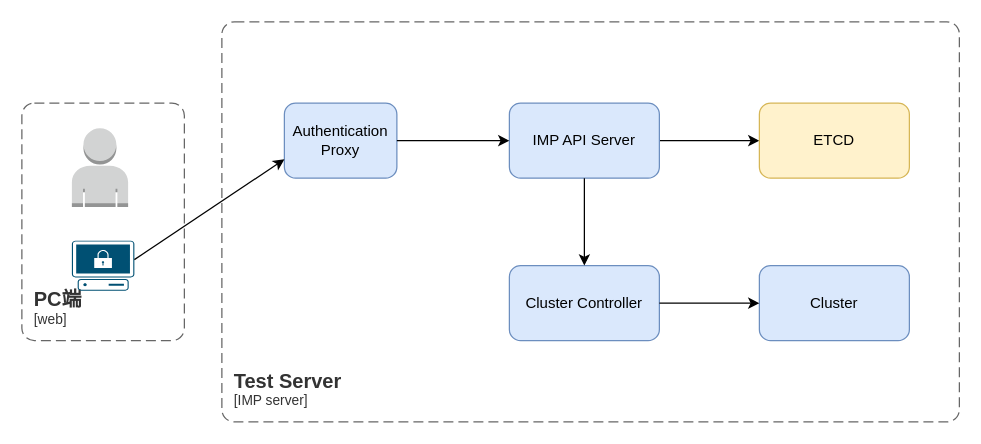
Earlier version of the draw.io diagram imp-test.drawio (pinylin/Draw). Source tidied: cells renumbered, new cells numbered last; positions are measured from the earlier drawing's top-left corner, leaving out a move shared by most shapes. Both pictures are drawn from the tidied source at 125%, with x=0, y=0 at pixel (21, 21).
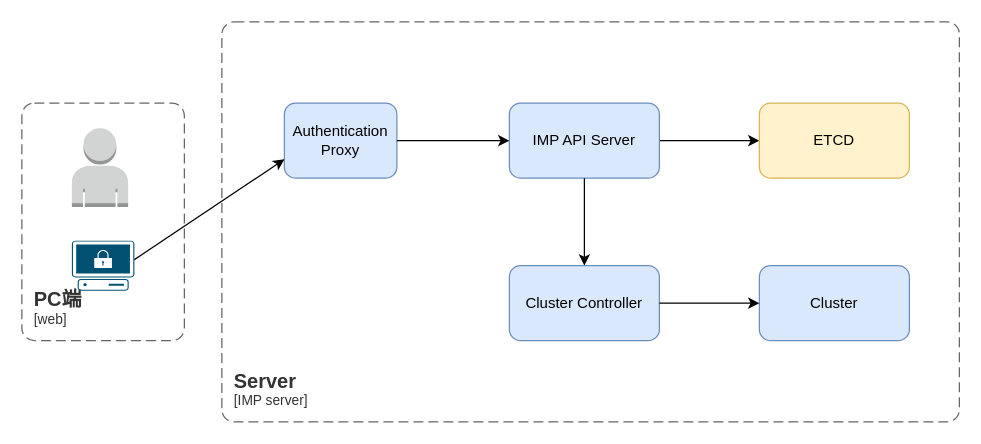
The same page after the edit.

What changed in the source:
```diff
@@
 <mxGraphModel>
   <root>
     <mxCell id="0" />
     <mxCell id="1" parent="0" />
     <object id="2" label="&lt;font style=&quot;font-size: 16px&quot;&gt;&lt;b&gt;&lt;div style=&quot;text-align: left&quot;&gt;%c4Name%&lt;/div&gt;&lt;/b&gt;&lt;/font&gt;&lt;div style=&quot;text-align: left&quot;&gt;[%c4Application%]&lt;/div&gt;" c4Application="web" c4Name="PC端" placeholders="1">
       <mxCell style="rounded=1;fontSize=11;whiteSpace=wrap;html=1;dashed=1;arcSize=20;fillColor=none;strokeColor=#666666;fontColor=#333333;labelBackgroundColor=none;align=left;verticalAlign=bottom;labelBorderColor=none;spacingTop=0;spacing=10;dashPattern=8 4;perimeter=rectanglePerimeter;noLabel=0;labelPadding=0;absoluteArcSize=1;" parent="1" vertex="1">
         <mxGeometry y="65" width="130" height="190" as="geometry" />
       </mxCell>
     </object>
-    <object id="3" label="&lt;font style=&quot;font-size: 16px&quot;&gt;&lt;b&gt;&lt;div style=&quot;text-align: left&quot;&gt;%c4Name%&lt;/div&gt;&lt;/b&gt;&lt;/font&gt;&lt;div style=&quot;text-align: left&quot;&gt;[%c4Application%]&lt;/div&gt;" c4Application="IMP server" c4Name="Test Server" placeholders="1">
+    <object id="3" label="&lt;font style=&quot;font-size: 16px&quot;&gt;&lt;b&gt;&lt;div style=&quot;text-align: left&quot;&gt;%c4Name%&lt;/div&gt;&lt;/b&gt;&lt;/font&gt;&lt;div style=&quot;text-align: left&quot;&gt;[%c4Application%]&lt;/div&gt;" c4Application="IMP server" c4Name="Server" placeholders="1">
       <mxCell style="rounded=1;fontSize=11;whiteSpace=wrap;html=1;dashed=1;arcSize=20;fillColor=none;strokeColor=#666666;fontColor=#333333;labelBackgroundColor=none;align=left;verticalAlign=bottom;labelBorderColor=none;spacingTop=0;spacing=10;dashPattern=8 4;perimeter=rectanglePerimeter;noLabel=0;labelPadding=0;absoluteArcSize=1;" parent="1" vertex="1">
         <mxGeometry x="160" width="590" height="320" as="geometry" />
       </mxCell>
     </object>
     <mxCell id="4" style="dashed=0;verticalLabelPosition=bottom;verticalAlign=top;align=center;html=1;shape=mxgraph.aws3.user;fillColor=#D2D3D3;gradientColor=none;" parent="1" vertex="1">
       <mxGeometry x="40" y="85" width="45" height="63" as="geometry" />
     </mxCell>
     <mxCell id="5" style="points=[[0.02,0.015,0],[0.5,0,0],[0.98,0.015,0],[1,0.38,0],[0.895,0.98,0],[0.5,1,0],[0.105,0.98,0],[0,0.38,0]];verticalLabelPosition=bottom;sketch=0;html=1;verticalAlign=top;align=center;shape=mxgraph.cisco19.secure_endpoint_pc;fillColor=#005073;strokeColor=none;" parent="1" vertex="1">
       <mxGeometry x="40" y="175" width="50" height="40" as="geometry" />
     </mxCell>
     <mxCell id="6" style="edgeStyle=orthogonalEdgeStyle;rounded=0;jettySize=auto;html=1;exitX=1;exitY=0.5;exitDx=0;exitDy=0;" parent="1" edge="1" source="7" target="15">
       <mxGeometry relative="1" as="geometry" />
     </mxCell>
     <mxCell id="7" value="IMP API Server&lt;span class=&quot;eusoft-eudic-chrome-extension-translate-content&quot;&gt;&lt;span style=&quot;text-decoration-color: #202124 !important;&quot; class=&quot;eusoft-eudic-chrome-extension-translate-item eusoft-eudic-chrome-extension-translate-inner-content ng-star-inserted&quot;&gt;&lt;span&gt;&lt;br&gt;&lt;/span&gt;&lt;/span&gt;&lt;/span&gt;" style="rounded=1;whiteSpace=wrap;html=1;fillColor=#dae8fc;strokeColor=#6c8ebf;" parent="1" vertex="1">
       <mxGeometry x="390" y="65" width="120" height="60" as="geometry" />
     </mxCell>
     <mxCell id="8" value="Authentication Proxy&lt;span class=&quot;eusoft-eudic-chrome-extension-translate-content&quot;&gt;&lt;span class=&quot;eusoft-eudic-chrome-extension-translate-white-space ng-star-inserted&quot;&gt; &lt;/span&gt;&lt;/span&gt;" style="rounded=1;whiteSpace=wrap;html=1;fillColor=#dae8fc;strokeColor=#6c8ebf;" parent="1" vertex="1">
       <mxGeometry x="210" y="65" width="90" height="60" as="geometry" />
     </mxCell>
     <mxCell id="9" style="endArrow=classic;html=1;rounded=0;exitX=1;exitY=0.38;exitDx=0;exitDy=0;exitPerimeter=0;entryX=0;entryY=0.75;entryDx=0;entryDy=0;" parent="1" edge="1" source="5" target="8">
       <mxGeometry relative="1" as="geometry" />
     </mxCell>
     <mxCell id="10" style="endArrow=classic;html=1;rounded=0;" parent="1" edge="1" target="7">
       <mxGeometry relative="1" as="geometry">
         <mxPoint x="300" y="95" as="sourcePoint" />
       </mxGeometry>
     </mxCell>
     <mxCell id="11" value="Cluster Controller" style="rounded=1;whiteSpace=wrap;html=1;fillColor=#dae8fc;strokeColor=#6c8ebf;" parent="1" vertex="1">
       <mxGeometry x="390" y="195" width="120" height="60" as="geometry" />
     </mxCell>
     <mxCell id="12" style="endArrow=classic;html=1;rounded=0;exitX=0.5;exitY=1;exitDx=0;exitDy=0;" parent="1" edge="1" source="7" target="11">
       <mxGeometry relative="1" as="geometry" />
     </mxCell>
     <mxCell id="13" value="Cluster" style="rounded=1;whiteSpace=wrap;html=1;fillColor=#dae8fc;strokeColor=#6c8ebf;" parent="1" vertex="1">
       <mxGeometry x="590" y="195" width="120" height="60" as="geometry" />
     </mxCell>
     <mxCell id="14" style="endArrow=classic;html=1;rounded=0;exitX=1;exitY=0.5;exitDx=0;exitDy=0;" parent="1" edge="1" source="11">
       <mxGeometry relative="1" as="geometry">
         <mxPoint x="590" y="225" as="targetPoint" />
       </mxGeometry>
     </mxCell>
     <mxCell id="15" value="ETCD" style="rounded=1;whiteSpace=wrap;html=1;fillColor=#fff2cc;strokeColor=#d6b656;" parent="1" vertex="1">
       <mxGeometry x="590" y="65" width="120" height="60" as="geometry" />
     </mxCell>
   </root>
 </mxGraphModel>
```
